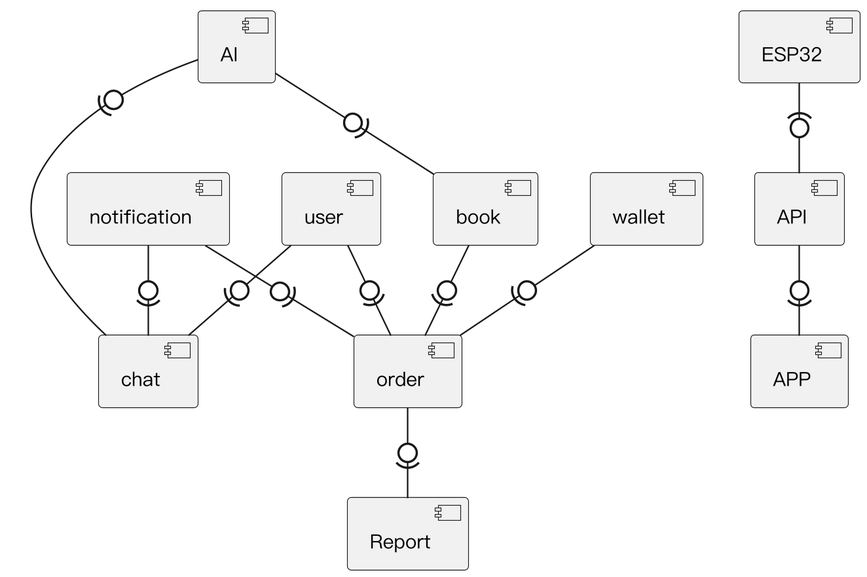
SaveMyBook/SaveMyBook keeps this PlantUML diagram as Diagrams/Component diagram/v3/component.png. Above is the earlier version. Source of this version:
```plantuml
@startuml
skinparam monochrome true
skinparam shadowing false
skinparam dpi 220
skinparam defaultFontName "PingFang TC"
skinparam defaultFontSize 13
skinparam componentStyle uml2

component book
component order
component wallet
component Report
component user
component chat
component notification
component AI
component ESP32
component API
component APP

book -0)- order
order -0)- Report
wallet -0)- order
user -0)- order
user -0)- chat
notification -0)- chat
notification -0)- order
AI -0)- book
AI -0)- chat
ESP32 -(0- API
API -0)- APP
@enduml
```
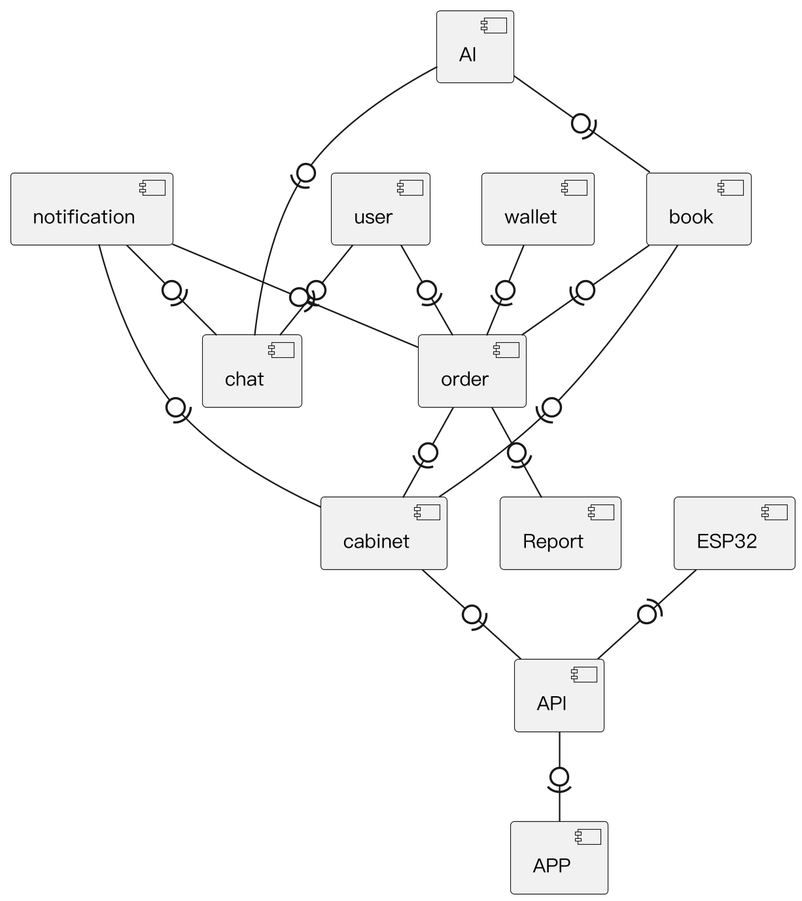
The same file after the commit.

The edit, as a diff of the source:
```diff
@@ -14,6 +14,7 @@
 component chat
 component notification
 component AI
+component cabinet
 component ESP32
 component API
 component APP
@@ -27,6 +28,10 @@
 notification -0)- order
 AI -0)- book
 AI -0)- chat
+order -0)- cabinet
+book -0)- cabinet
+notification -0)- cabinet
+cabinet -0)- API
 ESP32 -(0- API
 API -0)- APP
 @enduml
```
